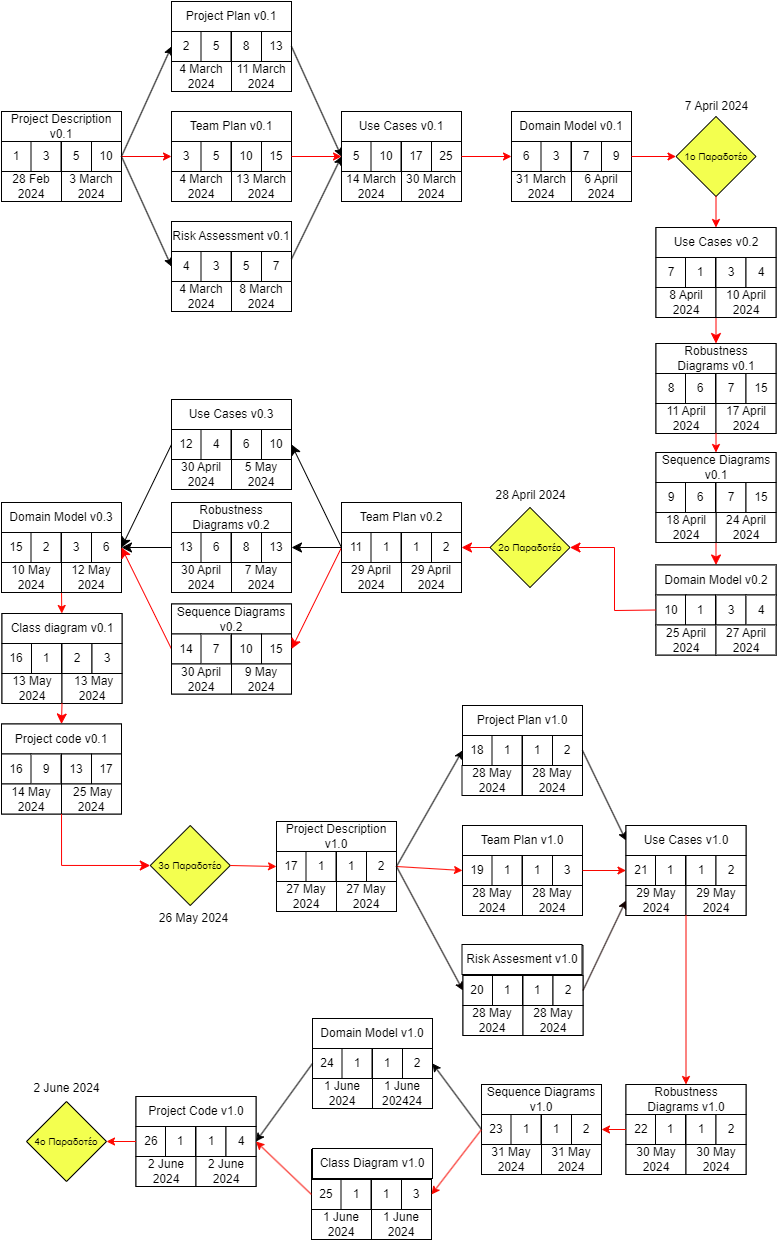
The draw.io diagram NOTES/pert/Team Plan Pert.png in Nektar24/software-engineering, before a commit. Source tidied: cells renumbered, new cells last; positions are measured from the earlier drawing's top-left corner, leaving out a move shared by most shapes.
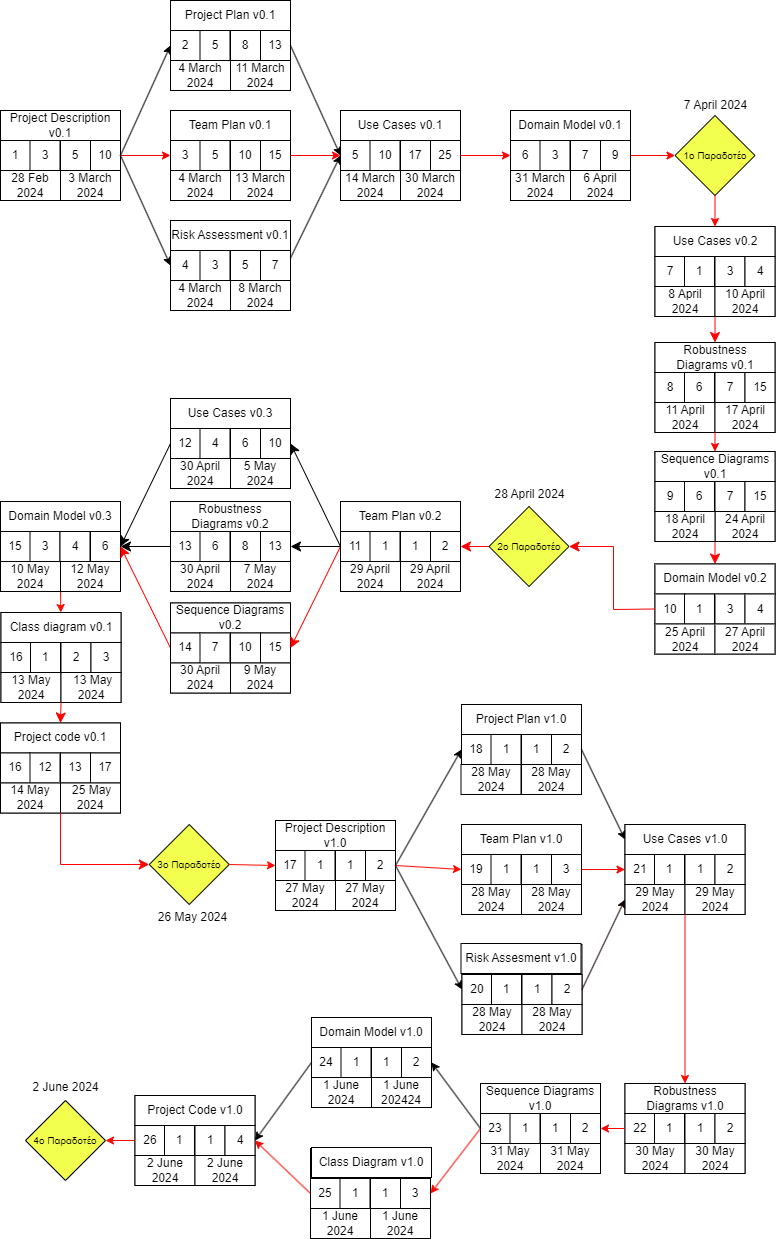
The same diagram one commit later.

Diff of the diagram source:
```diff
@@ -275,11 +275,11 @@
     <mxCell id="92" value="15" style="rounded=0;whiteSpace=wrap;html=1;" parent="1" vertex="1">
       <mxGeometry y="531" width="30" height="30" as="geometry" />
     </mxCell>
-    <mxCell id="93" value="2" style="whiteSpace=wrap;html=1;" parent="1" vertex="1">
+    <mxCell id="93" value="3" style="whiteSpace=wrap;html=1;" parent="1" vertex="1">
       <mxGeometry x="29.5" y="531" width="30" height="30" as="geometry" />
     </mxCell>
-    <mxCell id="94" value="3" style="whiteSpace=wrap;html=1;" parent="1" vertex="1">
-      <mxGeometry x="60" y="531" width="30" height="30" as="geometry" />
+    <mxCell id="94" value="4" style="whiteSpace=wrap;html=1;" parent="1" vertex="1">
+      <mxGeometry x="59.5" y="531" width="30" height="30" as="geometry" />
     </mxCell>
     <mxCell id="95" value="6" style="whiteSpace=wrap;html=1;" parent="1" vertex="1">
       <mxGeometry x="90" y="531" width="30" height="30" as="geometry" />
@@ -772,7 +772,7 @@
     <mxCell id="256" value="16" style="rounded=0;whiteSpace=wrap;html=1;" parent="1" vertex="1">
       <mxGeometry y="752.5" width="30" height="30" as="geometry" />
     </mxCell>
-    <mxCell id="257" value="9" style="whiteSpace=wrap;html=1;" parent="1" vertex="1">
+    <mxCell id="257" value="12" style="whiteSpace=wrap;html=1;" parent="1" vertex="1">
       <mxGeometry x="29.5" y="752.5" width="30" height="30" as="geometry" />
     </mxCell>
     <mxCell id="258" value="13" style="whiteSpace=wrap;html=1;" parent="1" vertex="1">
```
